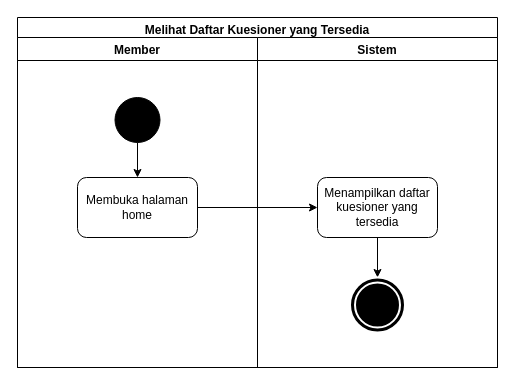
techie-jhs/thesis keeps this draw.io diagram as Diagram/Activity Diagram/23. melihat daftar kuesioner yang tersedia.drawio. Above is the earlier version. Source tidied: cells renumbered, new cells numbered last; positions are measured from the earlier drawing's top-left corner, leaving out a move shared by most shapes. Both pictures are drawn from the tidied source at 100%, with x=0, y=0 at pixel (17, 17).
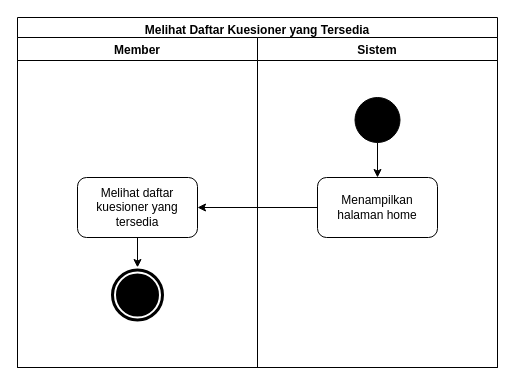
The same page after the edit.

The edit, as a diff of the source:
```diff
@@
 <mxGraphModel>
   <root>
     <mxCell id="0" />
     <mxCell id="1" parent="0" />
     <mxCell id="2" value="Melihat Daftar Kuesioner yang Tersedia" style="swimlane;fillColor=none;" parent="1" vertex="1">
       <mxGeometry width="480" height="350" as="geometry" />
     </mxCell>
     <mxCell id="3" value="Member" style="swimlane;startSize=23;" parent="2" vertex="1">
       <mxGeometry y="20" width="240" height="330" as="geometry" />
     </mxCell>
-    <mxCell id="4" style="edgeStyle=orthogonalEdgeStyle;rounded=0;jettySize=auto;html=1;" parent="3" edge="1" source="5" target="6">
-      <mxGeometry relative="1" as="geometry" />
-    </mxCell>
+    <mxCell id="12" style="edgeStyle=orthogonalEdgeStyle;rounded=0;jettySize=auto;html=1;" parent="3" edge="1" source="6" target="10">
+      <mxGeometry relative="1" as="geometry" />
+    </mxCell>
+    <mxCell id="6" value="Melihat daftar kuesioner yang tersedia" style="rounded=1;whiteSpace=wrap;html=1;fillColor=none;" parent="3" vertex="1">
+      <mxGeometry x="60" y="140" width="120" height="60" as="geometry" />
+    </mxCell>
+    <mxCell id="10" style="ellipse;shape=doubleEllipse;whiteSpace=wrap;html=1;fillColor=#000000;strokeColor=#FFFFFF;strokeWidth=2;" parent="3" vertex="1">
+      <mxGeometry x="92.5" y="230" width="55" height="55" as="geometry" />
+    </mxCell>
+    <mxCell id="7" value="Sistem" style="swimlane;startSize=23;" parent="2" vertex="1">
+      <mxGeometry x="240" y="20" width="240" height="330" as="geometry" />
+    </mxCell>
+    <mxCell id="9" value="Menampilkan halaman home" style="rounded=1;whiteSpace=wrap;html=1;fillColor=none;" parent="7" vertex="1">
+      <mxGeometry x="60" y="140" width="120" height="60" as="geometry" />
+    </mxCell>
+    <mxCell id="13" style="edgeStyle=orthogonalEdgeStyle;rounded=0;jettySize=auto;html=1;" parent="7" edge="1" source="5" target="9">
+      <mxGeometry relative="1" as="geometry" />
+    </mxCell>
-    <mxCell id="5" style="ellipse;whiteSpace=wrap;html=1;fillColor=#000000;" parent="3" vertex="1">
+    <mxCell id="5" style="ellipse;whiteSpace=wrap;html=1;fillColor=#000000;" parent="7" vertex="1">
       <mxGeometry x="97.5" y="60" width="45" height="45" as="geometry" />
     </mxCell>
-    <mxCell id="6" value="Membuka halaman home" style="rounded=1;whiteSpace=wrap;html=1;fillColor=none;" parent="3" vertex="1">
-      <mxGeometry x="60" y="140" width="120" height="60" as="geometry" />
-    </mxCell>
-    <mxCell id="7" value="Sistem" style="swimlane;startSize=23;" parent="2" vertex="1">
-      <mxGeometry x="240" y="20" width="240" height="330" as="geometry" />
-    </mxCell>
-    <mxCell id="8" style="edgeStyle=orthogonalEdgeStyle;rounded=0;jettySize=auto;html=1;" parent="7" edge="1" source="9" target="10">
-      <mxGeometry relative="1" as="geometry" />
-    </mxCell>
-    <mxCell id="9" value="Menampilkan daftar kuesioner yang tersedia" style="rounded=1;whiteSpace=wrap;html=1;fillColor=none;" parent="7" vertex="1">
-      <mxGeometry x="60" y="140" width="120" height="60" as="geometry" />
-    </mxCell>
-    <mxCell id="10" style="ellipse;shape=doubleEllipse;whiteSpace=wrap;html=1;fillColor=#000000;strokeColor=#FFFFFF;strokeWidth=2;" parent="7" vertex="1">
-      <mxGeometry x="92.5" y="240" width="55" height="55" as="geometry" />
-    </mxCell>
-    <mxCell id="11" style="edgeStyle=orthogonalEdgeStyle;rounded=0;jettySize=auto;html=1;" parent="2" edge="1" source="6" target="9">
-      <mxGeometry relative="1" as="geometry" />
-    </mxCell>
+    <mxCell id="14" style="edgeStyle=orthogonalEdgeStyle;rounded=0;jettySize=auto;html=1;" parent="2" edge="1" source="9" target="6">
+      <mxGeometry relative="1" as="geometry" />
+    </mxCell>
   </root>
 </mxGraphModel>
```
